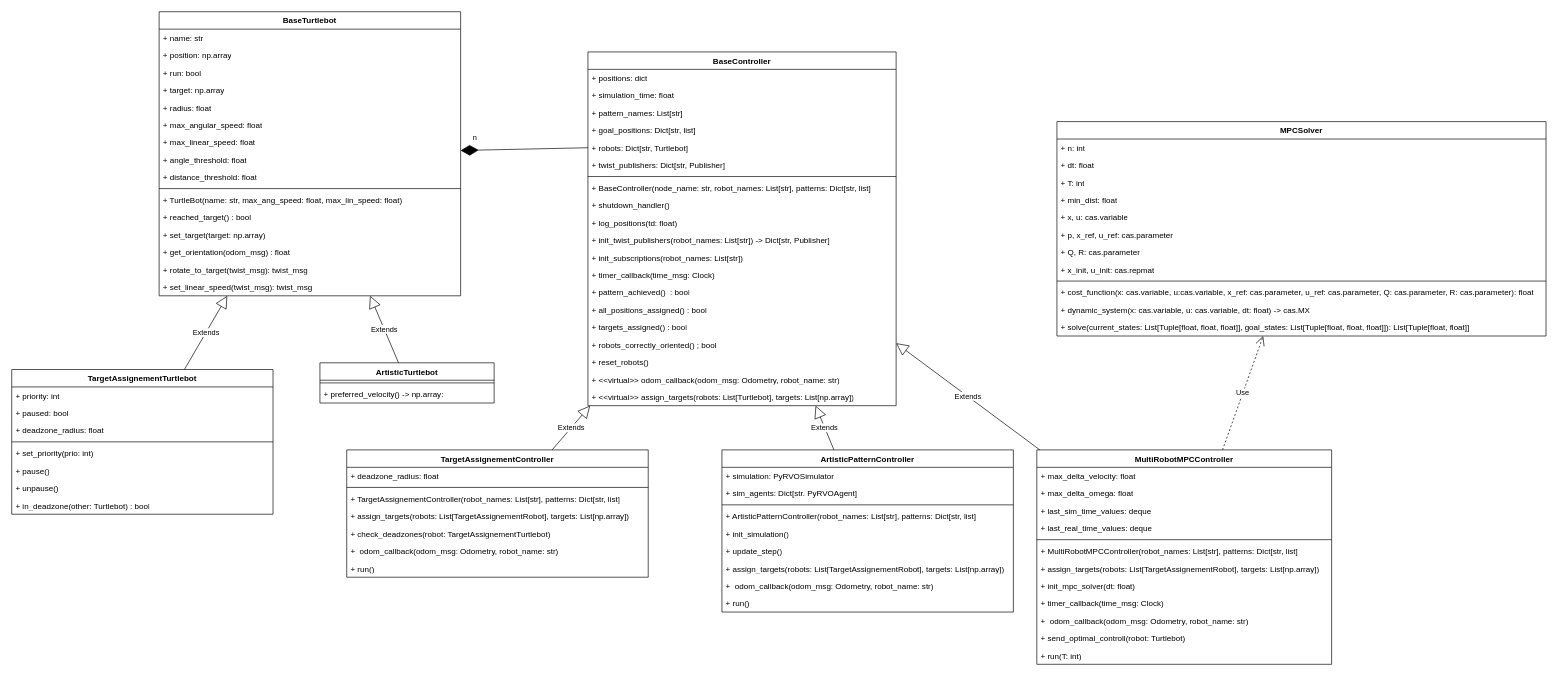
This is diagrams/class_diagram.drawio from MariiaPoliakovaa/RobotFormations, a draw.io file, before an edit. Source tidied: cells renumbered, new cells numbered last; positions are measured from the earlier drawing's top-left corner, leaving out a move shared by most shapes. Both pictures are drawn from the tidied source at 67%, with x=0, y=0 at pixel (11, 11).
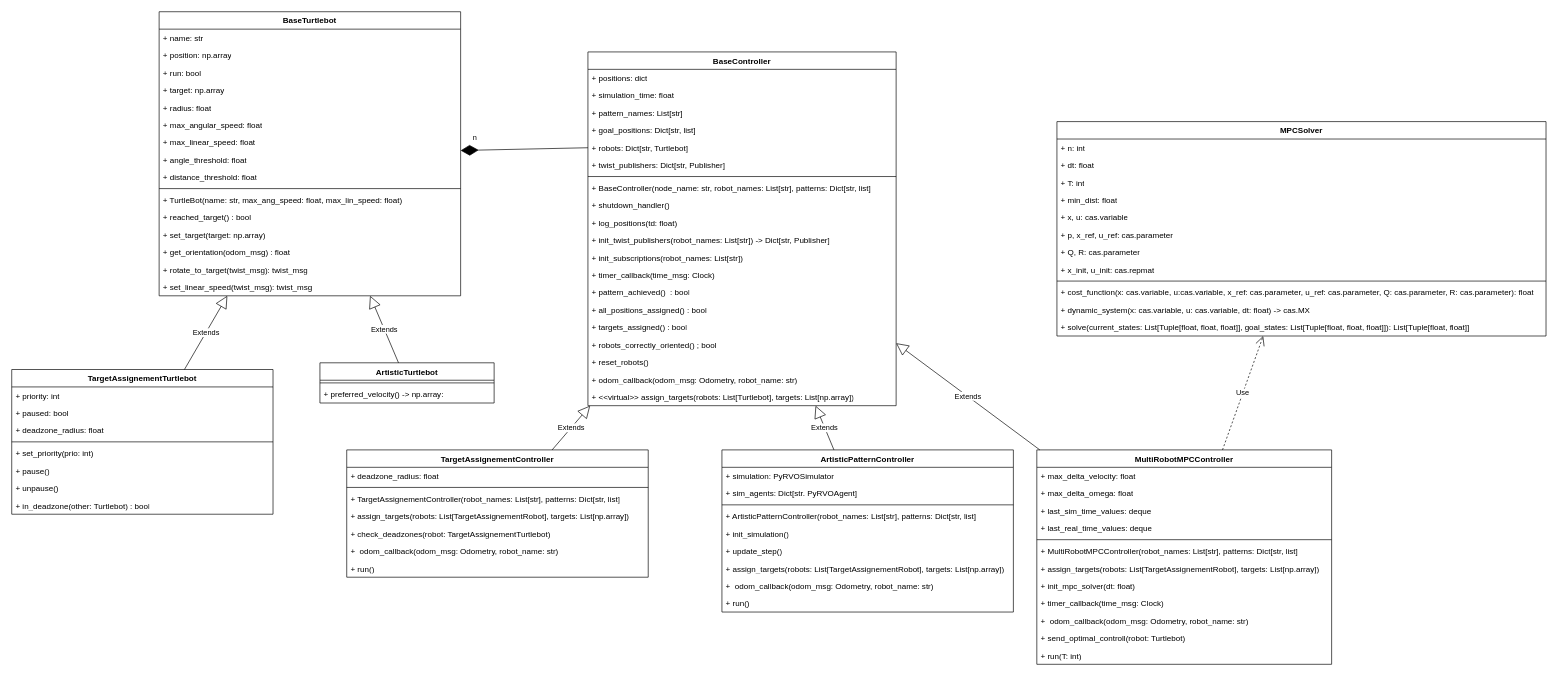
After the change.

The change refers to these unchanged cells:
```xml
<mxCell id="33" value="BaseController" style="swimlane;fontStyle=1;align=center;verticalAlign=top;horizontal=1;startSize=26;whiteSpace=wrap;html=1;" parent="1" vertex="1">
  <mxGeometry x="860" y="60" width="460" height="528" as="geometry" />
</mxCell>
```

What changed in the source:
```diff
@@
-    <mxCell id="52" value="+ &amp;lt;&amp;lt;virtual&amp;gt;&amp;gt; odom_callback(odom_msg: Odometry, robot_name: str)" style="text;strokeColor=none;fillColor=none;align=left;verticalAlign=top;spacingLeft=4;spacingRight=4;overflow=hidden;whiteSpace=wrap;html=1;" parent="33" vertex="1">
+    <mxCell id="52" value="+ odom_callback(odom_msg: Odometry, robot_name: str)" style="text;strokeColor=none;fillColor=none;align=left;verticalAlign=top;spacingLeft=4;spacingRight=4;overflow=hidden;whiteSpace=wrap;html=1;" parent="33" vertex="1">
       <mxGeometry y="476" width="460" height="26" as="geometry" />
     </mxCell>
```
